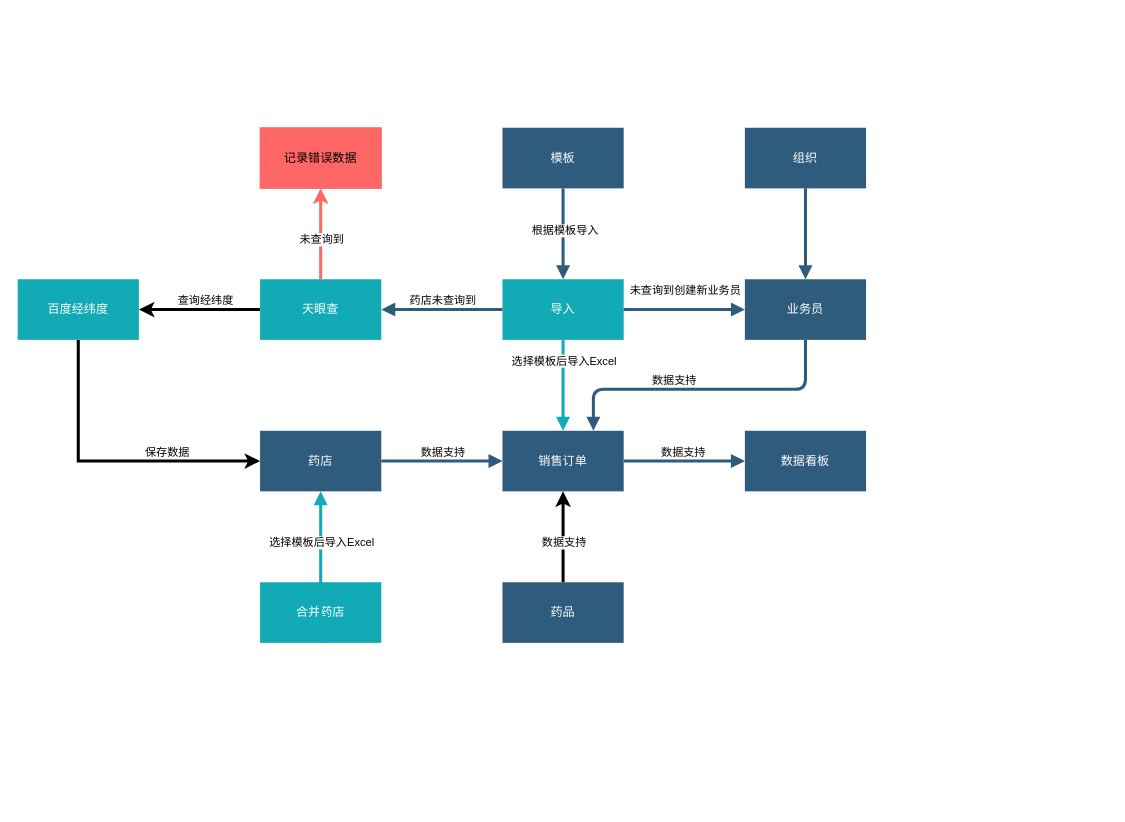
This is 康贝斯流程图.drawio from xiaoming728/draw, a draw.io file, before an edit. Source tidied: cells renumbered, new cells numbered last; positions are measured from the earlier drawing's top-left corner, leaving out a move shared by most shapes. Both pictures are drawn from the tidied source at 101%, with x=0, y=0 at pixel (17, 127).
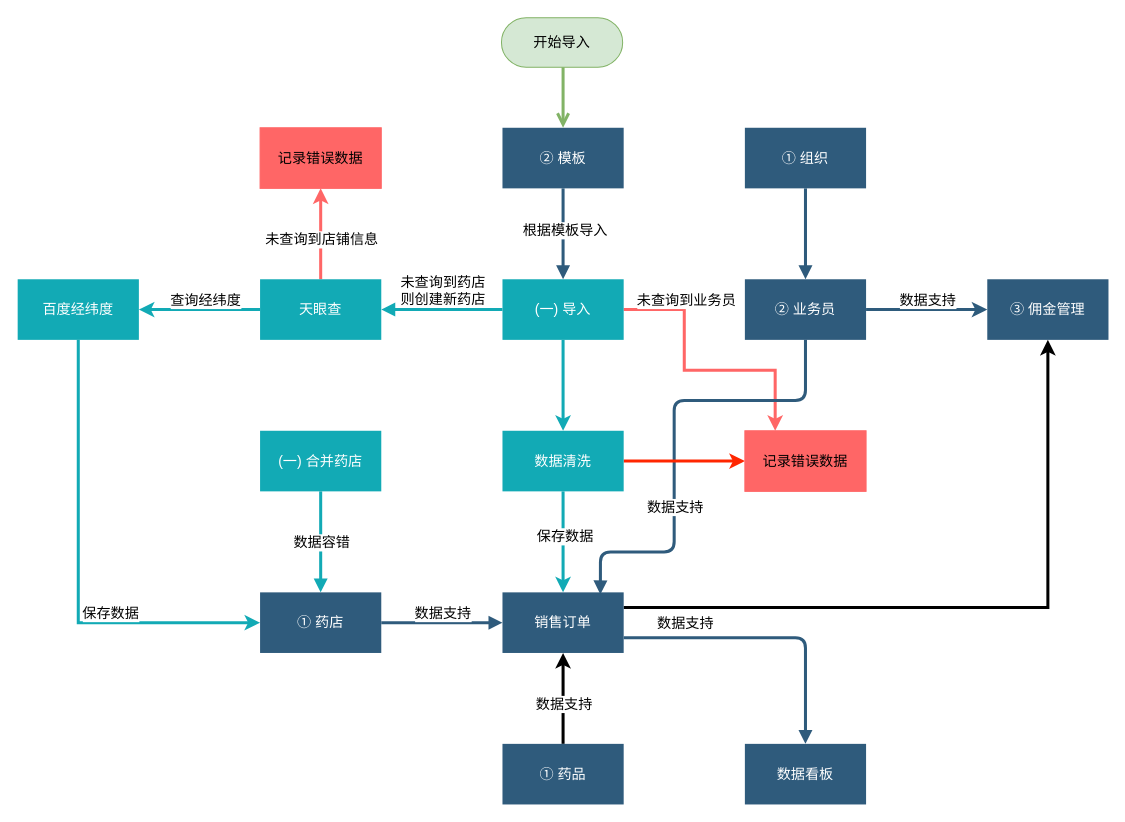
The same diagram, later.

Commit message:
更新康贝斯流程图.drawio

Change to the diagram source:
```diff
@@
+    <mxCell id="39" style="edgeStyle=orthogonalEdgeStyle;rounded=0;jettySize=auto;html=1;entryX=0.5;entryY=1;entryDx=0;entryDy=0;strokeWidth=3;exitX=1;exitY=0.25;exitDx=0;exitDy=0;fontSize=14;" parent="1" edge="1" source="2" target="50">
+      <mxGeometry relative="1" as="geometry" />
+    </mxCell>
-    <mxCell id="2" value="销售订单" style="whiteSpace=wrap;shadow=0;fontColor=#FFFFFF;fontFamily=Helvetica;fontStyle=0;html=1;fontSize=12;plain-purple;strokeColor=none;fillColor=#2f5b7c;gradientColor=none;spacing=6;verticalAlign=middle;" parent="1" vertex="1">
-      <mxGeometry x="480" y="300" width="120" height="60" as="geometry" />
+    <mxCell id="2" value="销售订单" style="whiteSpace=wrap;shadow=0;fontColor=#FFFFFF;fontFamily=Helvetica;fontStyle=0;html=1;fontSize=14;plain-purple;strokeColor=none;fillColor=#2f5b7c;gradientColor=none;spacing=6;verticalAlign=middle;" parent="1" vertex="1">
+      <mxGeometry x="480" y="460" width="120" height="60" as="geometry" />
     </mxCell>
-    <mxCell id="3" value="药店" style="whiteSpace=wrap;shadow=0;fontColor=#FFFFFF;fontFamily=Helvetica;fontStyle=0;html=1;fontSize=12;plain-purple;strokeColor=none;fillColor=#2f5b7c;gradientColor=none;spacing=6;verticalAlign=middle;" parent="1" vertex="1">
-      <mxGeometry x="240" y="300" width="120" height="60" as="geometry" />
+    <mxCell id="3" value="①&amp;nbsp;药店" style="whiteSpace=wrap;shadow=0;fontColor=#FFFFFF;fontFamily=Helvetica;fontStyle=0;html=1;fontSize=14;plain-purple;strokeColor=none;fillColor=#2f5b7c;gradientColor=none;spacing=6;verticalAlign=middle;" parent="1" vertex="1">
+      <mxGeometry x="240" y="460" width="120" height="60" as="geometry" />
     </mxCell>
-    <mxCell id="4" style="edgeStyle=orthogonalEdgeStyle;rounded=0;jettySize=auto;html=1;exitX=0.5;exitY=0;exitDx=0;exitDy=0;entryX=0.5;entryY=1;entryDx=0;entryDy=0;strokeWidth=3;" parent="1" edge="1" source="6" target="2">
+    <mxCell id="4" style="edgeStyle=orthogonalEdgeStyle;rounded=0;jettySize=auto;html=1;exitX=0.5;exitY=0;exitDx=0;exitDy=0;entryX=0.5;entryY=1;entryDx=0;entryDy=0;strokeWidth=3;fontSize=14;" parent="1" edge="1" source="6" target="2">
       <mxGeometry relative="1" as="geometry" />
     </mxCell>
-    <mxCell id="5" value="数据支持" style="edgeLabel;html=1;align=center;verticalAlign=middle;" parent="4" vertex="1">
+    <mxCell id="5" value="数据支持" style="edgeLabel;html=1;align=center;verticalAlign=middle;fontSize=14;" parent="4" vertex="1">
       <mxGeometry x="-0.08" y="-1" relative="1" as="geometry">
         <mxPoint x="-1" y="1" as="offset" />
       </mxGeometry>
     </mxCell>
-    <mxCell id="6" value="药品" style="whiteSpace=wrap;shadow=0;fontColor=#FFFFFF;fontFamily=Helvetica;fontStyle=0;html=1;fontSize=12;plain-purple;strokeColor=none;fillColor=#2f5b7c;gradientColor=none;spacing=6;verticalAlign=middle;" parent="1" vertex="1">
-      <mxGeometry x="480" y="450" width="120" height="60" as="geometry" />
+    <mxCell id="6" value="①&amp;nbsp;药品" style="whiteSpace=wrap;shadow=0;fontColor=#FFFFFF;fontFamily=Helvetica;fontStyle=0;html=1;fontSize=14;plain-purple;strokeColor=none;fillColor=#2f5b7c;gradientColor=none;spacing=6;verticalAlign=middle;" parent="1" vertex="1">
+      <mxGeometry x="480" y="610" width="120" height="60" as="geometry" />
     </mxCell>
+    <mxCell id="40" style="edgeStyle=orthogonalEdgeStyle;rounded=0;jettySize=auto;html=1;exitX=1;exitY=0.5;exitDx=0;exitDy=0;entryX=0;entryY=0.5;entryDx=0;entryDy=0;strokeWidth=3;strokeColor=#2e5b7c;fontSize=14;" parent="1" edge="1" source="7" target="50">
+      <mxGeometry relative="1" as="geometry" />
+    </mxCell>
+    <mxCell id="41" value="数据支持" style="edgeLabel;html=1;align=center;verticalAlign=middle;fontSize=14;" parent="40" vertex="1">
+      <mxGeometry x="0.05" y="3" relative="1" as="geometry">
+        <mxPoint x="-3" y="-7" as="offset" />
+      </mxGeometry>
+    </mxCell>
-    <mxCell id="7" value="业务员" style="whiteSpace=wrap;shadow=0;fontColor=#FFFFFF;fontFamily=Helvetica;fontStyle=0;html=1;fontSize=12;plain-purple;strokeColor=none;fillColor=#2f5b7c;gradientColor=none;spacing=6;verticalAlign=middle;" parent="1" vertex="1">
+    <mxCell id="7" value="② 业务员" style="whiteSpace=wrap;shadow=0;fontColor=#FFFFFF;fontFamily=Helvetica;fontStyle=0;html=1;fontSize=14;plain-purple;strokeColor=none;fillColor=#2f5b7c;gradientColor=none;spacing=6;verticalAlign=middle;" parent="1" vertex="1">
       <mxGeometry x="720" y="150" width="120" height="60" as="geometry" />
     </mxCell>
-    <mxCell id="8" value="组织" style="whiteSpace=wrap;shadow=0;fontColor=#FFFFFF;fontFamily=Helvetica;fontStyle=0;html=1;fontSize=12;plain-purple;strokeColor=none;fillColor=#2f5b7c;gradientColor=none;spacing=6;verticalAlign=middle;" parent="1" vertex="1">
+    <mxCell id="8" value="① 组织" style="whiteSpace=wrap;shadow=0;fontColor=#FFFFFF;fontFamily=Helvetica;fontStyle=0;html=1;fontSize=14;plain-purple;strokeColor=none;fillColor=#2f5b7c;gradientColor=none;spacing=6;verticalAlign=middle;" parent="1" vertex="1">
       <mxGeometry x="720" width="120" height="60" as="geometry" />
     </mxCell>
-    <mxCell id="9" value="模板" style="whiteSpace=wrap;shadow=0;fontColor=#FFFFFF;fontFamily=Helvetica;fontStyle=0;html=1;fontSize=12;plain-purple;strokeColor=none;fillColor=#2f5b7c;gradientColor=none;spacing=6;verticalAlign=middle;" parent="1" vertex="1">
+    <mxCell id="9" value="② 模板" style="whiteSpace=wrap;shadow=0;fontColor=#FFFFFF;fontFamily=Helvetica;fontStyle=0;html=1;fontSize=14;plain-purple;strokeColor=none;fillColor=#2f5b7c;gradientColor=none;spacing=6;verticalAlign=middle;" parent="1" vertex="1">
       <mxGeometry x="480" width="120" height="60" as="geometry" />
     </mxCell>
-    <mxCell id="10" value="数据看板" style="whiteSpace=wrap;shadow=0;fontColor=#FFFFFF;fontFamily=Helvetica;fontStyle=0;html=1;fontSize=12;plain-purple;strokeColor=none;fillColor=#2f5b7c;gradientColor=none;spacing=6;verticalAlign=middle;" parent="1" vertex="1">
-      <mxGeometry x="720" y="300" width="120" height="60" as="geometry" />
+    <mxCell id="10" value="数据看板" style="whiteSpace=wrap;shadow=0;fontColor=#FFFFFF;fontFamily=Helvetica;fontStyle=0;html=1;fontSize=14;plain-purple;strokeColor=none;fillColor=#2f5b7c;gradientColor=none;spacing=6;verticalAlign=middle;" parent="1" vertex="1">
+      <mxGeometry x="720" y="610" width="120" height="60" as="geometry" />
     </mxCell>
-    <mxCell id="11" style="edgeStyle=segmentEdgeStyle;strokeColor=#2F5B7C;strokeWidth=3;html=1;endArrow=block;endFill=1;exitX=0.5;exitY=1;exitDx=0;exitDy=0;entryX=0.5;entryY=0;entryDx=0;entryDy=0;" parent="1" edge="1" source="9" target="15">
+    <mxCell id="11" style="edgeStyle=segmentEdgeStyle;strokeColor=#2F5B7C;strokeWidth=3;html=1;endArrow=block;endFill=1;exitX=0.5;exitY=1;exitDx=0;exitDy=0;entryX=0.5;entryY=0;entryDx=0;entryDy=0;fontSize=14;" parent="1" edge="1" source="9" target="15">
       <mxGeometry x="644.5" y="308.5" as="geometry">
         <Array as="points">
           <mxPoint x="540" y="80" />
           <mxPoint x="540" y="80" />
         </Array>
       </mxGeometry>
     </mxCell>
-    <mxCell id="12" value="根据模板导入" style="edgeLabel;html=1;align=center;verticalAlign=middle;" parent="11" vertex="1">
+    <mxCell id="12" value="根据模板导入" style="edgeLabel;html=1;align=center;verticalAlign=middle;fontSize=14;" parent="11" vertex="1">
       <mxGeometry relative="1" as="geometry">
         <mxPoint x="1" y="-4" as="offset" />
       </mxGeometry>
     </mxCell>
-    <mxCell id="13" style="edgeStyle=segmentEdgeStyle;strokeColor=#12AAB5;strokeWidth=3;html=1;endArrow=block;endFill=1;entryX=0.5;entryY=0;entryDx=0;entryDy=0;exitX=0.5;exitY=1;exitDx=0;exitDy=0;" parent="1" edge="1" source="15" target="2">
-      <mxGeometry x="484.5" y="178.5" as="geometry" />
-    </mxCell>
-    <mxCell id="14" value="选择模板后导入Excel" style="edgeLabel;html=1;align=center;verticalAlign=middle;" parent="13" vertex="1">
-      <mxGeometry relative="1" as="geometry">
-        <mxPoint y="-25" as="offset" />
-      </mxGeometry>
-    </mxCell>
+    <mxCell id="42" style="edgeStyle=orthogonalEdgeStyle;rounded=0;jettySize=auto;html=1;exitX=0.5;exitY=1;exitDx=0;exitDy=0;entryX=0.5;entryY=0;entryDx=0;entryDy=0;strokeColor=#12aab5;strokeWidth=3;fontSize=14;" parent="1" edge="1" source="15" target="48">
+      <mxGeometry relative="1" as="geometry" />
+    </mxCell>
+    <mxCell id="43" style="edgeStyle=orthogonalEdgeStyle;rounded=0;jettySize=auto;html=1;exitX=1;exitY=0.5;exitDx=0;exitDy=0;strokeWidth=3;strokeColor=#FF6666;entryX=0.25;entryY=0;entryDx=0;entryDy=0;fontSize=14;" parent="1" edge="1" source="15" target="49">
+      <mxGeometry relative="1" as="geometry">
+        <Array as="points">
+          <mxPoint x="660" y="180" />
+          <mxPoint x="660" y="240" />
+          <mxPoint x="750" y="240" />
+        </Array>
+      </mxGeometry>
+    </mxCell>
+    <mxCell id="44" value="未查询到业务员" style="edgeLabel;html=1;align=center;verticalAlign=middle;fontSize=14;" parent="43" vertex="1">
+      <mxGeometry x="-0.07" y="4" relative="1" as="geometry">
+        <mxPoint x="-5" y="-66" as="offset" />
+      </mxGeometry>
+    </mxCell>
-    <mxCell id="15" value="导入" style="whiteSpace=wrap;shadow=0;fontColor=#FFFFFF;fontFamily=Helvetica;fontStyle=0;html=1;fontSize=12;plain-purple;strokeColor=none;fillColor=#12aab5;gradientColor=none;spacing=6;verticalAlign=middle;" parent="1" vertex="1">
+    <mxCell id="15" value="(一)&amp;nbsp;导入" style="whiteSpace=wrap;shadow=0;fontColor=#FFFFFF;fontFamily=Helvetica;fontStyle=0;html=1;fontSize=14;plain-purple;strokeColor=none;fillColor=#12aab5;gradientColor=none;spacing=6;verticalAlign=middle;" parent="1" vertex="1">
       <mxGeometry x="480" y="150" width="120" height="60" as="geometry" />
     </mxCell>
-    <mxCell id="16" style="edgeStyle=segmentEdgeStyle;strokeColor=#2F5B7C;strokeWidth=3;html=1;endArrow=block;endFill=1;exitX=1;exitY=0.5;exitDx=0;exitDy=0;entryX=0;entryY=0.5;entryDx=0;entryDy=0;" parent="1" edge="1" source="2" target="10">
-      <mxGeometry x="644.5" y="308.5" as="geometry" />
+    <mxCell id="16" style="edgeStyle=segmentEdgeStyle;strokeColor=#2F5B7C;strokeWidth=3;html=1;endArrow=block;endFill=1;exitX=1;exitY=0.75;exitDx=0;exitDy=0;entryX=0.5;entryY=0;entryDx=0;entryDy=0;fontSize=14;" parent="1" edge="1" source="2" target="10">
+      <mxGeometry x="644.5" y="308.5" as="geometry">
+        <Array as="points">
+          <mxPoint x="780" y="505" />
+        </Array>
+      </mxGeometry>
     </mxCell>
-    <mxCell id="17" value="数据支持" style="edgeLabel;html=1;align=center;verticalAlign=middle;" parent="16" vertex="1">
+    <mxCell id="17" value="数据支持" style="edgeLabel;html=1;align=center;verticalAlign=middle;fontSize=14;" parent="16" vertex="1">
       <mxGeometry relative="1" as="geometry">
-        <mxPoint x="-2" y="-10" as="offset" />
+        <mxPoint x="-83" y="-15" as="offset" />
       </mxGeometry>
     </mxCell>
-    <mxCell id="18" style="edgeStyle=segmentEdgeStyle;strokeColor=#2F5B7C;strokeWidth=3;html=1;endArrow=block;endFill=1;exitX=0;exitY=0.5;exitDx=0;exitDy=0;entryX=1;entryY=0.5;entryDx=0;entryDy=0;" parent="1" edge="1" source="15" target="31">
+    <mxCell id="18" style="edgeStyle=segmentEdgeStyle;strokeColor=#12aab5;strokeWidth=3;html=1;endArrow=block;endFill=1;exitX=0;exitY=0.5;exitDx=0;exitDy=0;entryX=1;entryY=0.5;entryDx=0;entryDy=0;fontSize=14;" parent="1" edge="1" source="15" target="31">
       <mxGeometry x="644.5" y="308.5" as="geometry">
         <Array as="points">
           <mxPoint x="430" y="180" />
           <mxPoint x="430" y="180" />
         </Array>
       </mxGeometry>
     </mxCell>
-    <mxCell id="19" value="药店未查询到" style="edgeLabel;html=1;align=center;verticalAlign=middle;" parent="18" vertex="1">
+    <mxCell id="19" value="未查询到药店&lt;br style=&quot;font-size: 14px;&quot;&gt;则创建新药店" style="edgeLabel;html=1;align=center;verticalAlign=middle;fontSize=14;" parent="18" vertex="1">
       <mxGeometry relative="1" as="geometry">
-        <mxPoint y="-10" as="offset" />
+        <mxPoint y="-20" as="offset" />
       </mxGeometry>
     </mxCell>
-    <mxCell id="20" style="edgeStyle=segmentEdgeStyle;strokeColor=#2F5B7C;strokeWidth=3;html=1;endArrow=block;endFill=1;exitX=1;exitY=0.5;exitDx=0;exitDy=0;entryX=0;entryY=0.5;entryDx=0;entryDy=0;" parent="1" edge="1" source="3" target="2">
+    <mxCell id="20" style="edgeStyle=segmentEdgeStyle;strokeColor=#2F5B7C;strokeWidth=3;html=1;endArrow=block;endFill=1;exitX=1;exitY=0.5;exitDx=0;exitDy=0;entryX=0;entryY=0.5;entryDx=0;entryDy=0;fontSize=14;" parent="1" edge="1" source="3" target="2">
       <mxGeometry x="644.5" y="308.5" as="geometry">
         <Array as="points">
-          <mxPoint x="395.5" y="330" />
-          <mxPoint x="395.5" y="330" />
+          <mxPoint x="395.5" y="490" />
+          <mxPoint x="395.5" y="490" />
         </Array>
       </mxGeometry>
     </mxCell>
-    <mxCell id="21" value="数据支持" style="edgeLabel;html=1;align=center;verticalAlign=middle;" parent="20" vertex="1">
+    <mxCell id="21" value="数据支持" style="edgeLabel;html=1;align=center;verticalAlign=middle;fontSize=14;" parent="20" vertex="1">
       <mxGeometry relative="1" as="geometry">
         <mxPoint y="-10" as="offset" />
       </mxGeometry>
     </mxCell>
-    <mxCell id="22" style="edgeStyle=segmentEdgeStyle;strokeColor=#2F5B7C;strokeWidth=3;html=1;endArrow=block;endFill=1;exitX=1;exitY=0.5;exitDx=0;exitDy=0;entryX=0;entryY=0.5;entryDx=0;entryDy=0;" parent="1" edge="1" source="15" target="7">
-      <mxGeometry x="644.5" y="308.5" as="geometry">
-        <Array as="points">
-          <mxPoint x="670" y="180" />
-          <mxPoint x="670" y="180" />
-        </Array>
-      </mxGeometry>
-    </mxCell>
-    <mxCell id="23" value="未查询到创建新业务员" style="edgeLabel;html=1;align=center;verticalAlign=middle;" parent="22" vertex="1">
-      <mxGeometry relative="1" as="geometry">
-        <mxPoint y="-20" as="offset" />
-      </mxGeometry>
-    </mxCell>
-    <mxCell id="24" style="edgeStyle=segmentEdgeStyle;strokeColor=#2F5B7C;strokeWidth=3;html=1;endArrow=block;endFill=1;exitX=0.5;exitY=1;exitDx=0;exitDy=0;" parent="1" edge="1" source="8">
+    <mxCell id="24" style="edgeStyle=segmentEdgeStyle;strokeColor=#2F5B7C;strokeWidth=3;html=1;endArrow=block;endFill=1;exitX=0.5;exitY=1;exitDx=0;exitDy=0;fontSize=14;" parent="1" edge="1" source="8">
       <mxGeometry x="644.5" y="308.5" as="geometry">
         <mxPoint x="780" y="150" as="targetPoint" />
       </mxGeometry>
     </mxCell>
-    <mxCell id="25" style="edgeStyle=segmentEdgeStyle;strokeColor=#2F5B7C;strokeWidth=3;html=1;endArrow=block;endFill=1;entryX=0.75;entryY=0;entryDx=0;entryDy=0;exitX=0.5;exitY=1;exitDx=0;exitDy=0;" parent="1" edge="1" source="7" target="2">
+    <mxCell id="25" style="edgeStyle=segmentEdgeStyle;strokeColor=#2F5B7C;strokeWidth=3;html=1;endArrow=block;endFill=1;exitX=0.5;exitY=1;exitDx=0;exitDy=0;entryX=0.808;entryY=0.033;entryDx=0;entryDy=0;entryPerimeter=0;fontSize=14;" parent="1" edge="1" source="7" target="2">
       <mxGeometry x="644.5" y="308.5" as="geometry">
         <Array as="points">
-          <mxPoint x="780" y="259" />
-          <mxPoint x="570" y="259" />
+          <mxPoint x="780" y="270" />
+          <mxPoint x="650" y="270" />
+          <mxPoint x="650" y="420" />
+          <mxPoint x="577" y="420" />
         </Array>
       </mxGeometry>
     </mxCell>
-    <mxCell id="26" value="数据支持" style="edgeLabel;html=1;align=center;verticalAlign=middle;" parent="25" vertex="1">
+    <mxCell id="26" value="数据支持" style="edgeLabel;html=1;align=center;verticalAlign=middle;fontSize=14;" parent="25" vertex="1">
       <mxGeometry relative="1" as="geometry">
-        <mxPoint x="-30" y="-10" as="offset" />
+        <mxPoint y="68" as="offset" />
       </mxGeometry>
     </mxCell>
-    <mxCell id="27" style="edgeStyle=orthogonalEdgeStyle;rounded=0;jettySize=auto;html=1;exitX=0;exitY=0.5;exitDx=0;exitDy=0;entryX=1;entryY=0.5;entryDx=0;entryDy=0;strokeWidth=3;" parent="1" edge="1" source="31" target="34">
+    <mxCell id="27" style="edgeStyle=orthogonalEdgeStyle;rounded=0;jettySize=auto;html=1;exitX=0;exitY=0.5;exitDx=0;exitDy=0;entryX=1;entryY=0.5;entryDx=0;entryDy=0;strokeWidth=3;strokeColor=#12aab5;fontSize=14;" parent="1" edge="1" source="31" target="34">
       <mxGeometry relative="1" as="geometry" />
     </mxCell>
-    <mxCell id="28" value="查询经纬度" style="edgeLabel;html=1;align=center;verticalAlign=middle;" parent="27" vertex="1">
+    <mxCell id="28" value="查询经纬度" style="edgeLabel;html=1;align=center;verticalAlign=middle;fontSize=14;" parent="27" vertex="1">
       <mxGeometry y="2" relative="1" as="geometry">
         <mxPoint x="5" y="-12" as="offset" />
       </mxGeometry>
     </mxCell>
-    <mxCell id="29" style="edgeStyle=orthogonalEdgeStyle;rounded=0;jettySize=auto;html=1;exitX=0.5;exitY=0;exitDx=0;exitDy=0;entryX=0.5;entryY=1;entryDx=0;entryDy=0;strokeColor=#FF6666;strokeWidth=3;" parent="1" edge="1" source="31" target="35">
+    <mxCell id="29" style="edgeStyle=orthogonalEdgeStyle;rounded=0;jettySize=auto;html=1;exitX=0.5;exitY=0;exitDx=0;exitDy=0;entryX=0.5;entryY=1;entryDx=0;entryDy=0;strokeColor=#FF6666;strokeWidth=3;fontSize=14;" parent="1" edge="1" source="31" target="35">
       <mxGeometry relative="1" as="geometry" />
     </mxCell>
-    <mxCell id="30" value="未查询到" style="edgeLabel;html=1;align=center;verticalAlign=middle;" parent="29" vertex="1">
+    <mxCell id="30" value="未查询到店铺信息" style="edgeLabel;html=1;align=center;verticalAlign=middle;fontSize=14;" parent="29" vertex="1">
       <mxGeometry x="-0.27" y="-1" relative="1" as="geometry">
         <mxPoint x="-1" y="-7" as="offset" />
       </mxGeometry>
     </mxCell>
-    <mxCell id="31" value="天眼查" style="whiteSpace=wrap;shadow=0;fontColor=#FFFFFF;fontFamily=Helvetica;fontStyle=0;html=1;fontSize=12;plain-purple;strokeColor=none;fillColor=#12aab5;gradientColor=none;spacing=6;verticalAlign=middle;" parent="1" vertex="1">
+    <mxCell id="31" value="天眼查" style="whiteSpace=wrap;shadow=0;fontColor=#FFFFFF;fontFamily=Helvetica;fontStyle=0;html=1;fontSize=14;plain-purple;strokeColor=none;fillColor=#12aab5;gradientColor=none;spacing=6;verticalAlign=middle;" parent="1" vertex="1">
       <mxGeometry x="240" y="150" width="120" height="60" as="geometry" />
     </mxCell>
-    <mxCell id="32" style="edgeStyle=orthogonalEdgeStyle;rounded=0;jettySize=auto;html=1;exitX=0.5;exitY=1;exitDx=0;exitDy=0;entryX=0;entryY=0.5;entryDx=0;entryDy=0;strokeWidth=3;" parent="1" edge="1" source="34" target="3">
+    <mxCell id="32" style="edgeStyle=orthogonalEdgeStyle;rounded=0;jettySize=auto;html=1;exitX=0.5;exitY=1;exitDx=0;exitDy=0;entryX=0;entryY=0.5;entryDx=0;entryDy=0;strokeWidth=3;strokeColor=#12aab5;fontSize=14;" parent="1" edge="1" source="34" target="3">
       <mxGeometry relative="1" as="geometry" />
     </mxCell>
-    <mxCell id="33" value="保存数据" style="edgeLabel;html=1;align=center;verticalAlign=middle;" parent="32" vertex="1">
+    <mxCell id="33" value="保存数据" style="edgeLabel;html=1;align=center;verticalAlign=middle;fontSize=14;" parent="32" vertex="1">
       <mxGeometry x="0.31" y="3" relative="1" as="geometry">
         <mxPoint x="10" y="-7" as="offset" />
       </mxGeometry>
     </mxCell>
-    <mxCell id="34" value="百度经纬度" style="whiteSpace=wrap;shadow=0;fontColor=#FFFFFF;fontFamily=Helvetica;fontStyle=0;html=1;fontSize=12;plain-purple;strokeColor=none;fillColor=#12aab5;gradientColor=none;spacing=6;verticalAlign=middle;" parent="1" vertex="1">
+    <mxCell id="34" value="百度经纬度" style="whiteSpace=wrap;shadow=0;fontColor=#FFFFFF;fontFamily=Helvetica;fontStyle=0;html=1;fontSize=14;plain-purple;strokeColor=none;fillColor=#12aab5;gradientColor=none;spacing=6;verticalAlign=middle;" parent="1" vertex="1">
       <mxGeometry y="150" width="120" height="60" as="geometry" />
     </mxCell>
-    <mxCell id="35" value="记录错误数据" style="whiteSpace=wrap;shadow=0;fontFamily=Helvetica;fontStyle=0;html=1;fontSize=12;strokeColor=#FF6666;fillColor=#FF6666;spacing=6;verticalAlign=middle;" parent="1" vertex="1">
+    <mxCell id="35" value="记录错误数据" style="whiteSpace=wrap;shadow=0;fontFamily=Helvetica;fontStyle=0;html=1;fontSize=14;strokeColor=#FF6666;fillColor=#FF6666;spacing=6;verticalAlign=middle;" parent="1" vertex="1">
       <mxGeometry x="240" width="120" height="60" as="geometry" />
     </mxCell>
-    <mxCell id="36" value="合并药店" style="whiteSpace=wrap;shadow=0;fontColor=#FFFFFF;fontFamily=Helvetica;fontStyle=0;html=1;fontSize=12;plain-purple;strokeColor=none;fillColor=#12aab5;gradientColor=none;spacing=6;verticalAlign=middle;" parent="1" vertex="1">
-      <mxGeometry x="240" y="450" width="120" height="60" as="geometry" />
+    <mxCell id="36" value="(一) 合并药店" style="whiteSpace=wrap;shadow=0;fontColor=#FFFFFF;fontFamily=Helvetica;fontStyle=0;html=1;fontSize=14;plain-purple;strokeColor=none;fillColor=#12aab5;gradientColor=none;spacing=6;verticalAlign=middle;" parent="1" vertex="1">
+      <mxGeometry x="240" y="300" width="120" height="60" as="geometry" />
     </mxCell>
-    <mxCell id="37" style="edgeStyle=segmentEdgeStyle;strokeColor=#12AAB5;strokeWidth=3;html=1;endArrow=block;endFill=1;exitX=0.5;exitY=1;exitDx=0;exitDy=0;" parent="1" edge="1" source="36" target="3">
+    <mxCell id="37" style="edgeStyle=segmentEdgeStyle;strokeColor=#12AAB5;strokeWidth=3;html=1;endArrow=block;endFill=1;exitX=0.5;exitY=1;exitDx=0;exitDy=0;fontSize=14;" parent="1" edge="1" source="36" target="3">
       <mxGeometry x="484.5" y="178.5" as="geometry" />
     </mxCell>
-    <mxCell id="38" value="选择模板后导入Excel" style="edgeLabel;html=1;align=center;verticalAlign=middle;" parent="37" vertex="1">
-      <mxGeometry relative="1" as="geometry">
-        <mxPoint y="-25" as="offset" />
-      </mxGeometry>
+    <mxCell id="38" value="数据容错" style="edgeLabel;html=1;align=center;verticalAlign=middle;fontSize=14;" parent="37" vertex="1">
+      <mxGeometry relative="1" as="geometry" />
     </mxCell>
+    <mxCell id="45" style="edgeStyle=orthogonalEdgeStyle;rounded=0;jettySize=auto;html=1;exitX=0.5;exitY=1;exitDx=0;exitDy=0;entryX=0.5;entryY=0;entryDx=0;entryDy=0;strokeColor=#12aab5;strokeWidth=3;fontSize=14;" parent="1" edge="1" source="48" target="2">
+      <mxGeometry relative="1" as="geometry" />
+    </mxCell>
+    <mxCell id="46" value="保存数据" style="edgeLabel;html=1;align=center;verticalAlign=middle;fontSize=14;" parent="45" vertex="1">
+      <mxGeometry x="-0.12" y="1" relative="1" as="geometry" />
+    </mxCell>
+    <mxCell id="47" style="edgeStyle=orthogonalEdgeStyle;rounded=0;jettySize=auto;html=1;exitX=1;exitY=0.5;exitDx=0;exitDy=0;entryX=0;entryY=0.5;entryDx=0;entryDy=0;strokeWidth=3;strokeColor=#ff2600;fontSize=14;" parent="1" edge="1" source="48" target="49">
+      <mxGeometry relative="1" as="geometry" />
+    </mxCell>
+    <mxCell id="48" value="数据清洗" style="whiteSpace=wrap;shadow=0;fontColor=#FFFFFF;fontFamily=Helvetica;fontStyle=0;html=1;fontSize=14;plain-purple;strokeColor=none;fillColor=#12aab5;gradientColor=none;spacing=6;verticalAlign=middle;" parent="1" vertex="1">
+      <mxGeometry x="480" y="300" width="120" height="60" as="geometry" />
+    </mxCell>
+    <mxCell id="49" value="记录错误数据" style="whiteSpace=wrap;shadow=0;fontFamily=Helvetica;fontStyle=0;html=1;fontSize=14;strokeColor=#FF6666;fillColor=#FF6666;spacing=6;verticalAlign=middle;" parent="1" vertex="1">
+      <mxGeometry x="720" y="300" width="120" height="60" as="geometry" />
+    </mxCell>
+    <mxCell id="50" value="③ 佣金管理" style="whiteSpace=wrap;shadow=0;fontColor=#FFFFFF;fontFamily=Helvetica;fontStyle=0;html=1;fontSize=14;plain-purple;strokeColor=none;fillColor=#2f5b7c;gradientColor=none;spacing=6;verticalAlign=middle;" parent="1" vertex="1">
+      <mxGeometry x="960" y="150" width="120" height="60" as="geometry" />
+    </mxCell>
+    <mxCell id="51" style="edgeStyle=orthogonalEdgeStyle;html=1;verticalAlign=bottom;endArrow=open;endSize=8;strokeColor=#82b366;rounded=0;fillColor=#d5e8d4;strokeWidth=3;fontSize=14;" parent="1" edge="1">
+      <mxGeometry relative="1" as="geometry">
+        <mxPoint x="540" y="-60" as="sourcePoint" />
+        <mxPoint x="540" as="targetPoint" />
+      </mxGeometry>
+    </mxCell>
+    <mxCell id="52" value="开始导入" style="html=1;dashed=0;whiteSpace=wrap;shape=mxgraph.dfd.start;fillColor=#d5e8d4;strokeColor=#82b366;fontSize=14;" parent="1" vertex="1">
+      <mxGeometry x="479" y="-109" width="120" height="49" as="geometry" />
+    </mxCell>
```
